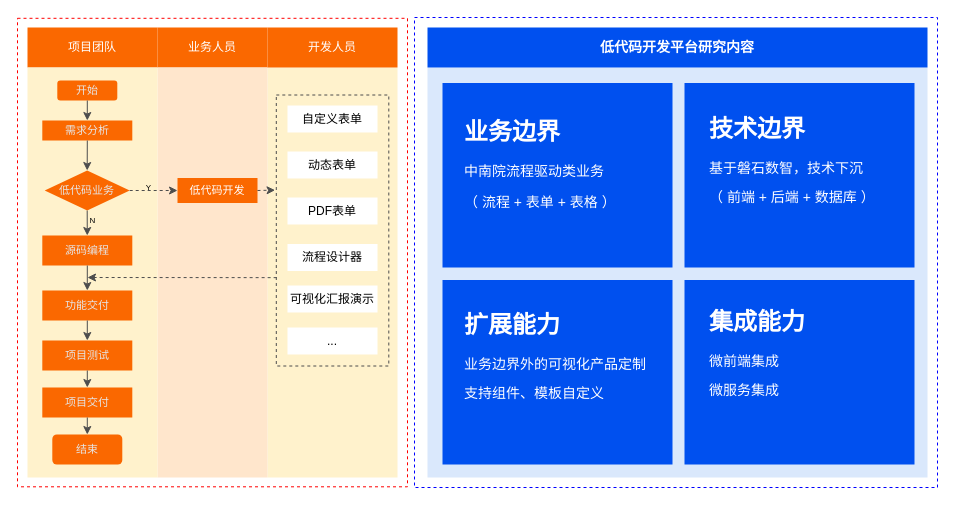
tangyaosimida/love keeps this draw.io diagram as 低代码—研究内容——新版.drawio. Above is the earlier version. Source tidied: cells renumbered, new cells numbered last; positions are measured from the earlier drawing's top-left corner, leaving out a move shared by most shapes. Both pictures are drawn from the tidied source at 100%, with x=0, y=0 at pixel (17, 17).
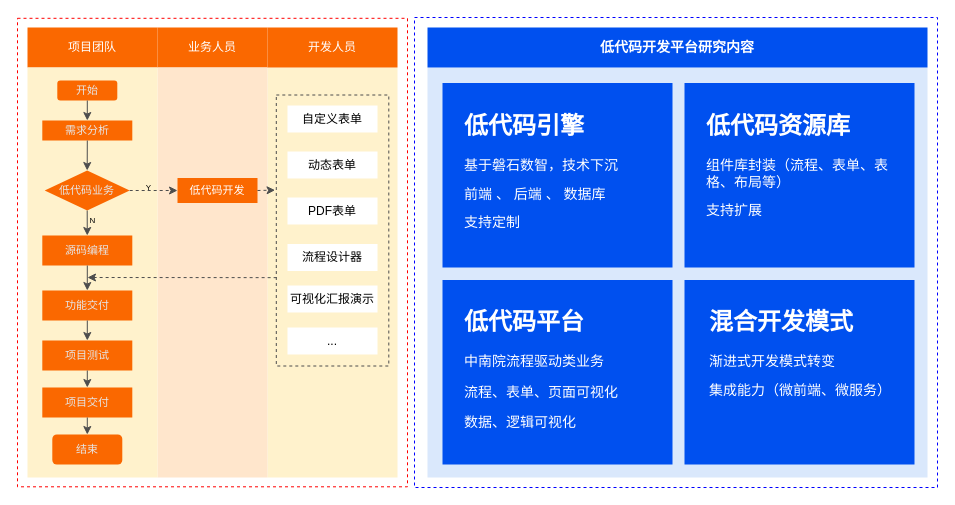
The same diagram, later.

Commit message:
更新低代码—研究内容——新版.drawio

Change to the diagram source:
```diff
@@
-    <mxCell id="44" value="&lt;h1 style=&quot;margin-top: 0px;&quot;&gt;&lt;font color=&quot;#ffffff&quot;&gt;业务边界&lt;/font&gt;&lt;/h1&gt;&lt;p style=&quot;font-size: 14px;&quot;&gt;&lt;font style=&quot;font-size: 14px;&quot; color=&quot;#ffffff&quot;&gt;中南院流程驱动类业务&lt;/font&gt;&lt;/p&gt;&lt;p style=&quot;font-size: 14px;&quot;&gt;&lt;font style=&quot;font-size: 14px;&quot; color=&quot;#ffffff&quot;&gt;&lt;font style=&quot;font-size: 14px;&quot;&gt;（ 流程 + 表单 + 表格 &lt;/font&gt;）&lt;/font&gt;&lt;/p&gt;" style="text;html=1;whiteSpace=wrap;overflow=hidden;rounded=0;shadow=1;" parent="1" vertex="1">
-      <mxGeometry x="445" y="93.5" width="190" height="142" as="geometry" />
+    <mxCell id="44" value="&lt;h1 style=&quot;margin-top: 0px;&quot;&gt;&lt;font color=&quot;#ffffff&quot;&gt;低代码引擎&lt;/font&gt;&lt;/h1&gt;&lt;p&gt;&lt;font style=&quot;font-size: 14px;&quot; color=&quot;#ffffff&quot;&gt;基于磐石数智，技术下沉&lt;/font&gt;&lt;span style=&quot;font-size: 14px; color: rgb(255, 255, 255); background-color: initial;&quot;&gt;&amp;nbsp;&lt;/span&gt;&lt;/p&gt;&lt;p&gt;&lt;span style=&quot;font-size: 14px; color: rgb(255, 255, 255); background-color: initial;&quot;&gt;前端 、 后端 、 数据库&amp;nbsp;&lt;/span&gt;&lt;/p&gt;&lt;p&gt;&lt;span style=&quot;font-size: 14px; color: rgb(255, 255, 255); background-color: initial;&quot;&gt;支持定制&lt;/span&gt;&lt;/p&gt;" style="text;html=1;whiteSpace=wrap;overflow=hidden;rounded=0;shadow=1;" parent="1" vertex="1">
+      <mxGeometry x="445" y="88" width="190" height="142" as="geometry" />
     </mxCell>
-    <mxCell id="45" value="&lt;h1 style=&quot;margin-top: 0px;&quot;&gt;&lt;font color=&quot;#ffffff&quot;&gt;技术边界&lt;/font&gt;&lt;/h1&gt;&lt;p&gt;&lt;font style=&quot;font-size: 14px;&quot; color=&quot;#ffffff&quot;&gt;&lt;font style=&quot;font-size: 14px;&quot;&gt;基于磐石数智，技术下沉&lt;/font&gt;&lt;/font&gt;&lt;span style=&quot;font-size: 14px; color: rgb(255, 255, 255); background-color: initial;&quot;&gt;&amp;nbsp;&lt;/span&gt;&lt;/p&gt;&lt;p&gt;&lt;font style=&quot;font-size: 14px;&quot; color=&quot;#ffffff&quot;&gt;（ 前端 + 后端 + 数据库 ）&lt;/font&gt;&lt;/p&gt;&lt;p&gt;&lt;br&gt;&lt;/p&gt;" style="text;html=1;whiteSpace=wrap;overflow=hidden;rounded=0;" parent="1" vertex="1">
-      <mxGeometry x="690" y="91" width="190" height="142" as="geometry" />
+    <mxCell id="45" value="&lt;h1 style=&quot;margin-top: 0px;&quot;&gt;&lt;font color=&quot;#ffffff&quot;&gt;低代码平台&lt;/font&gt;&lt;/h1&gt;&lt;p style=&quot;font-size: 14px;&quot;&gt;&lt;font color=&quot;#ffffff&quot;&gt;中南院流程驱动类业务&lt;/font&gt;&lt;/p&gt;&lt;p style=&quot;font-size: 14px;&quot;&gt;&lt;font color=&quot;#ffffff&quot;&gt;流程、表单、页面可视化&lt;/font&gt;&lt;/p&gt;&lt;p style=&quot;font-size: 14px;&quot;&gt;&lt;font color=&quot;#ffffff&quot;&gt;数据、逻辑可视化&lt;/font&gt;&lt;/p&gt;" style="text;html=1;whiteSpace=wrap;overflow=hidden;rounded=0;" parent="1" vertex="1">
+      <mxGeometry x="445" y="283.8" width="190" height="142" as="geometry" />
     </mxCell>
-    <mxCell id="46" value="&lt;h1 style=&quot;margin-top: 0px;&quot;&gt;&lt;font color=&quot;#ffffff&quot;&gt;扩展能力&lt;/font&gt;&lt;/h1&gt;&lt;p&gt;&lt;font style=&quot;font-size: 14px;&quot; color=&quot;#ffffff&quot;&gt;业务边界外的可视化产品定制&lt;/font&gt;&lt;/p&gt;&lt;p&gt;&lt;font color=&quot;#ffffff&quot;&gt;&lt;span style=&quot;font-size: 14px;&quot;&gt;支持组件、模板自定义&lt;/span&gt;&lt;/font&gt;&lt;/p&gt;" style="text;html=1;whiteSpace=wrap;overflow=hidden;rounded=0;" parent="1" vertex="1">
-      <mxGeometry x="445" y="287.2" width="190" height="142" as="geometry" />
+    <mxCell id="46" value="&lt;h1 style=&quot;margin-top: 0px;&quot;&gt;&lt;font color=&quot;#ffffff&quot;&gt;低代码资源库&lt;/font&gt;&lt;/h1&gt;&lt;p&gt;&lt;font color=&quot;#ffffff&quot;&gt;&lt;span style=&quot;font-size: 14px;&quot;&gt;组件库封装（流程、表单、表格、布局等）&lt;/span&gt;&lt;/font&gt;&lt;/p&gt;&lt;p&gt;&lt;font color=&quot;#ffffff&quot;&gt;&lt;span style=&quot;font-size: 14px;&quot;&gt;支持扩展&lt;/span&gt;&lt;/font&gt;&lt;/p&gt;" style="text;html=1;whiteSpace=wrap;overflow=hidden;rounded=0;" parent="1" vertex="1">
+      <mxGeometry x="687" y="88" width="190" height="142" as="geometry" />
     </mxCell>
-    <mxCell id="47" value="&lt;h1 style=&quot;margin-top: 0px;&quot;&gt;&lt;font color=&quot;#ffffff&quot;&gt;集成能力&lt;/font&gt;&lt;/h1&gt;&lt;p&gt;&lt;font style=&quot;font-size: 14px;&quot; color=&quot;#ffffff&quot;&gt;微前端集成&lt;/font&gt;&lt;/p&gt;&lt;p&gt;&lt;font style=&quot;font-size: 14px;&quot; color=&quot;#ffffff&quot;&gt;微服务集成&lt;/font&gt;&lt;/p&gt;" style="text;html=1;whiteSpace=wrap;overflow=hidden;rounded=0;" parent="1" vertex="1">
+    <mxCell id="47" value="&lt;h1 style=&quot;margin-top: 0px;&quot;&gt;&lt;font color=&quot;#ffffff&quot;&gt;混合开发模式&lt;/font&gt;&lt;/h1&gt;&lt;p&gt;&lt;font color=&quot;#ffffff&quot;&gt;&lt;span style=&quot;font-size: 14px;&quot;&gt;渐进式开发模式转变&lt;/span&gt;&lt;/font&gt;&lt;/p&gt;&lt;p&gt;&lt;font color=&quot;#ffffff&quot;&gt;&lt;span style=&quot;font-size: 14px;&quot;&gt;集成能力（微前端、微服务）&lt;/span&gt;&lt;/font&gt;&lt;/p&gt;" style="text;html=1;whiteSpace=wrap;overflow=hidden;rounded=0;" parent="1" vertex="1">
       <mxGeometry x="690" y="283.8" width="190" height="142" as="geometry" />
     </mxCell>
```
